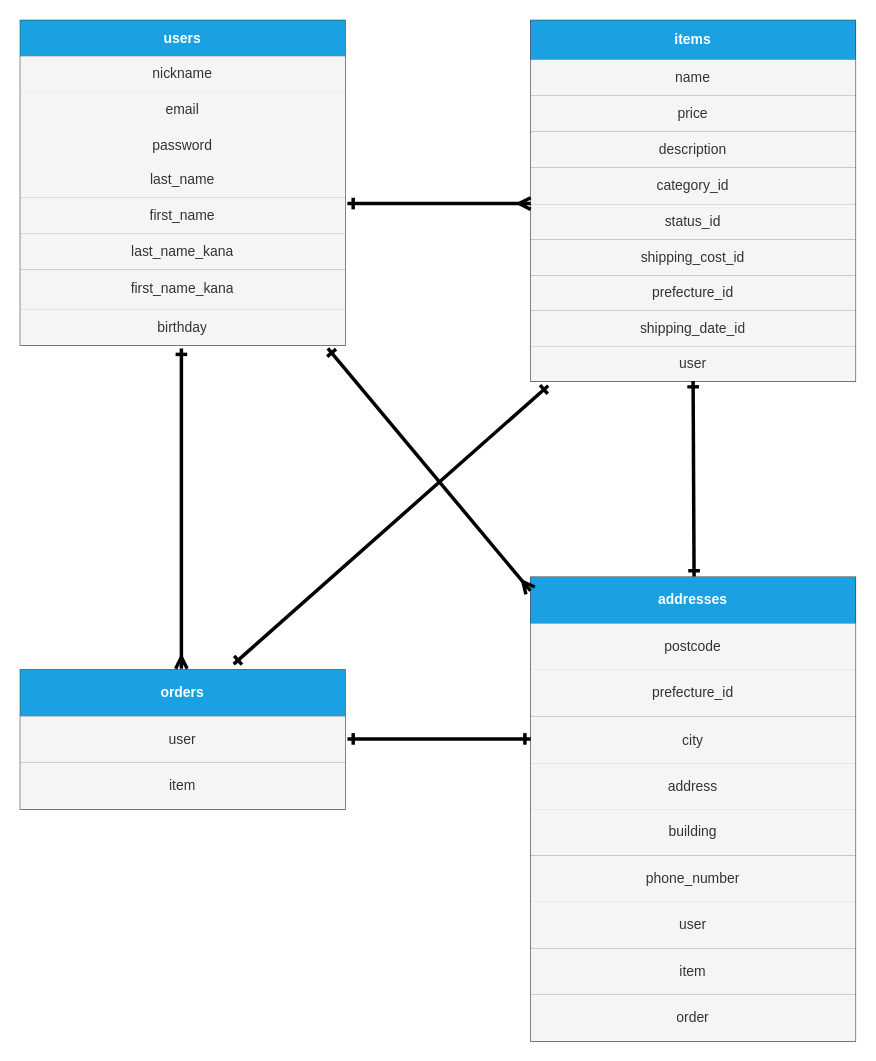
Above: app/furima-37877.dio in yui0223/furima-37877 (draw.io), before the change. Source tidied: cells renumbered, new cells numbered last; positions are measured from the earlier drawing's top-left corner, leaving out a move shared by most shapes. Both pictures are drawn from the tidied source at 116%, with x=0, y=0 at pixel (20, 20).
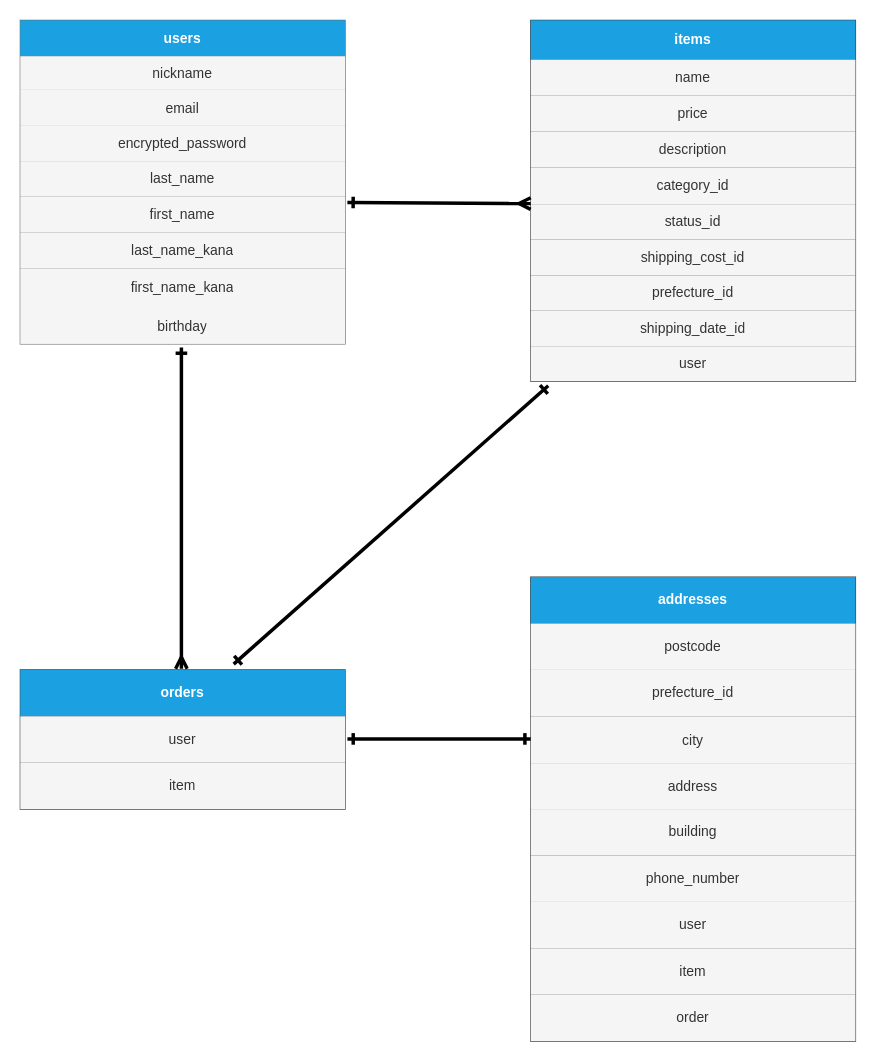
After the change.

Commit message (it also covers changes not shown here):
データベース設計6

The change refers to these unchanged cells:
```xml
<mxCell id="50" style="shape=partialRectangle;fillColor=none;top=0;left=0;bottom=0;right=0;points=[[0,0.5],[1,0.5]];portConstraint=eastwest;strokeColor=default;" parent="49" vertex="1">
  <mxGeometry width="280" height="40" as="geometry" />
</mxCell>
```

Diff of the diagram source:
```diff
@@
-    <mxCell id="2" style="shape=table;startSize=0;childLayout=tableLayout;fillColor=#eeeeee;strokeColor=#36393d;fontColor=#000000;" parent="1" vertex="1">
-      <mxGeometry width="280" height="280" as="geometry" />
+    <mxCell id="2" style="shape=table;startSize=0;childLayout=tableLayout;fillColor=#f5f5f5;strokeColor=#666666;fontColor=#333333;" parent="1" vertex="1">
+      <mxGeometry width="280" height="279" as="geometry" />
     </mxCell>
@@
     <mxCell id="5" style="shape=partialRectangle;fillColor=none;top=0;left=0;bottom=0;right=0;strokeColor=default;" parent="2" vertex="1">
-      <mxGeometry y="31" width="280" height="30" as="geometry" />
+      <mxGeometry y="31" width="280" height="29" as="geometry" />
     </mxCell>
     <mxCell id="6" value="nickname" style="shape=partialRectangle;html=1;whiteSpace=wrap;overflow=hidden;top=0;left=0;bottom=0;right=0;fontStyle=0;fillColor=#f5f5f5;fontColor=#333333;strokeColor=#666666;" parent="5" vertex="1">
-      <mxGeometry width="280" height="30" as="geometry" />
+      <mxGeometry width="280" height="29" as="geometry" />
     </mxCell>
     <mxCell id="7" style="shape=partialRectangle;fillColor=none;top=0;left=0;bottom=0;right=0;strokeColor=default;" parent="2" vertex="1">
-      <mxGeometry y="61" width="280" height="31" as="geometry" />
+      <mxGeometry y="60" width="280" height="31" as="geometry" />
     </mxCell>
@@
-    <mxCell id="9" style="shape=partialRectangle;fillColor=none;top=0;left=0;bottom=0;right=0;strokeColor=default;" parent="2" vertex="1">
-      <mxGeometry y="92" width="280" height="31" as="geometry" />
-    </mxCell>
-    <mxCell id="10" value="password" style="shape=partialRectangle;html=1;whiteSpace=wrap;overflow=hidden;top=0;left=0;bottom=0;right=0;fillColor=#f5f5f5;fontColor=#333333;strokeColor=#666666;" parent="9" vertex="1">
-      <mxGeometry width="280" height="31" as="geometry" />
-    </mxCell>
+    <mxCell id="76" style="shape=partialRectangle;fillColor=none;top=0;left=0;bottom=0;right=0;strokeColor=default;" parent="2" vertex="1">
+      <mxGeometry y="91" width="280" height="31" as="geometry" />
+    </mxCell>
+    <mxCell id="77" value="encrypted_password" style="shape=partialRectangle;html=1;whiteSpace=wrap;overflow=hidden;top=0;left=0;bottom=0;right=0;fillColor=#f5f5f5;fontColor=#333333;strokeColor=#666666;" parent="76" vertex="1">
+      <mxGeometry width="280" height="31" as="geometry" />
+    </mxCell>
     <mxCell id="11" style="shape=partialRectangle;fillColor=none;top=0;left=0;bottom=0;right=0;strokeColor=default;" parent="2" vertex="1">
-      <mxGeometry y="123" width="280" height="30" as="geometry" />
+      <mxGeometry y="122" width="280" height="30" as="geometry" />
     </mxCell>
@@
     <mxCell id="13" style="shape=partialRectangle;fillColor=none;top=0;left=0;bottom=0;right=0;points=[[0,0.5],[1,0.5]];portConstraint=eastwest;strokeColor=default;" parent="2" vertex="1">
-      <mxGeometry y="153" width="280" height="31" as="geometry" />
+      <mxGeometry y="152" width="280" height="31" as="geometry" />
     </mxCell>
@@
     <mxCell id="15" style="shape=partialRectangle;fillColor=none;top=0;left=0;bottom=0;right=0;strokeColor=default;" parent="2" vertex="1">
-      <mxGeometry y="184" width="280" height="31" as="geometry" />
+      <mxGeometry y="183" width="280" height="31" as="geometry" />
     </mxCell>
@@
     <mxCell id="17" style="shape=partialRectangle;fillColor=none;top=0;left=0;bottom=0;right=0;strokeColor=default;" parent="2" vertex="1">
-      <mxGeometry y="215" width="280" height="34" as="geometry" />
+      <mxGeometry y="214" width="280" height="34" as="geometry" />
     </mxCell>
@@
     <mxCell id="19" style="shape=partialRectangle;fillColor=none;top=0;left=0;bottom=0;right=0;points=[[0,0.5],[1,0.5]];portConstraint=eastwest;strokeColor=default;" parent="2" vertex="1">
-      <mxGeometry y="249" width="280" height="31" as="geometry" />
+      <mxGeometry y="248" width="280" height="31" as="geometry" />
     </mxCell>
@@
-    <mxCell id="74" style="endArrow=ERmany;html=1;fontColor=#000000;targetPerimeterSpacing=0;strokeWidth=3;exitX=0.947;exitY=1.093;exitDx=0;exitDy=0;exitPerimeter=0;entryX=-0.001;entryY=0.294;entryDx=0;entryDy=0;entryPerimeter=0;startArrow=ERone;startFill=0;endFill=0;" parent="1" edge="1" source="19" target="50">
-      <mxGeometry relative="1" as="geometry" />
-    </mxCell>
-    <mxCell id="75" style="endArrow=ERone;html=1;fontColor=#000000;targetPerimeterSpacing=0;strokeWidth=3;startArrow=ERone;startFill=0;endFill=0;exitX=0.503;exitY=-0.011;exitDx=0;exitDy=0;exitPerimeter=0;" parent="1" edge="1" source="50">
-      <mxGeometry relative="1" as="geometry">
-        <mxPoint x="580" y="311" as="targetPoint" />
-      </mxGeometry>
-    </mxCell>
```
